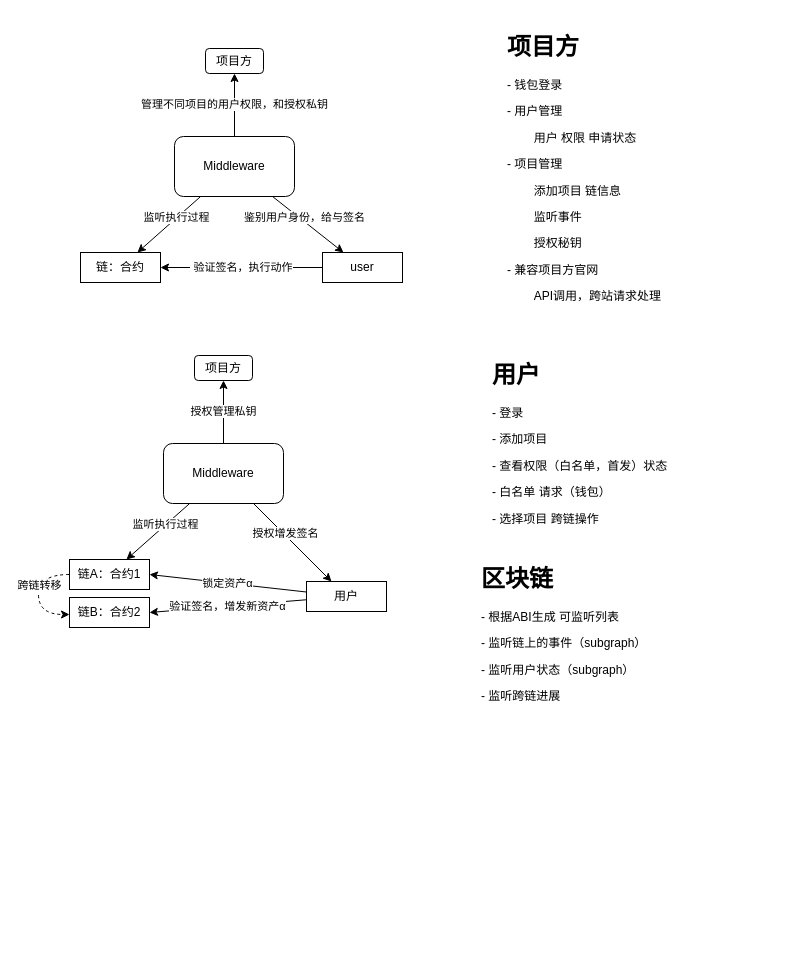
This is doc/design.drawio from liusanchuan/Middleware.web3, a draw.io file, before an edit. Source tidied: cells renumbered, new cells numbered last; positions are measured from the earlier drawing's top-left corner, leaving out a move shared by most shapes. Both pictures are drawn from the tidied source at 100%, with x=0, y=0 at pixel (38, 27).
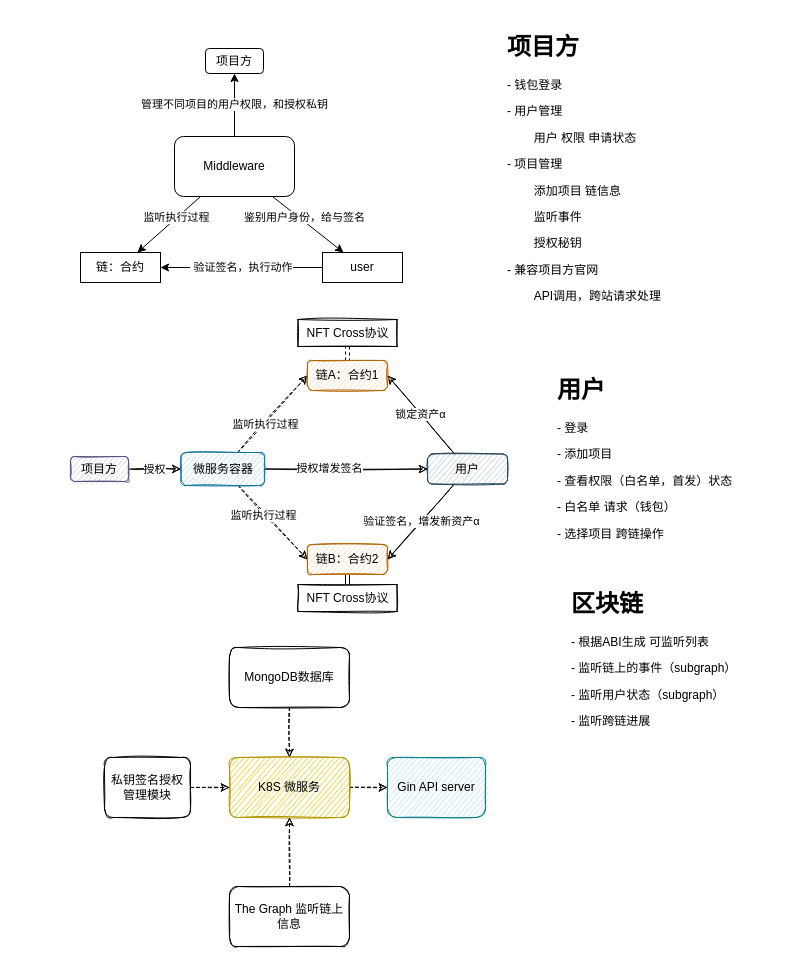
After the change.

What changed in the source:
```diff
@@
-    <mxCell id="12" value="锁定资产α" style="edgeStyle=none;rounded=0;jettySize=auto;html=1;entryX=1;entryY=0.5;entryDx=0;entryDy=0;" parent="1" edge="1" source="14" target="22">
+    <mxCell id="12" value="锁定资产α" style="edgeStyle=none;rounded=0;jettySize=auto;html=1;entryX=1;entryY=0.5;entryDx=0;entryDy=0;sketch=1;" parent="1" edge="1" source="14" target="22">
       <mxGeometry relative="1" as="geometry" />
     </mxCell>
-    <mxCell id="13" value="验证签名，增发新资产α" style="edgeStyle=none;rounded=0;jettySize=auto;html=1;entryX=1;entryY=0.5;entryDx=0;entryDy=0;" parent="1" edge="1" source="14" target="23">
+    <mxCell id="13" value="验证签名，增发新资产α" style="edgeStyle=none;rounded=0;jettySize=auto;html=1;entryX=1;entryY=0.5;entryDx=0;entryDy=0;sketch=1;" parent="1" edge="1" source="14" target="23">
       <mxGeometry relative="1" as="geometry" />
     </mxCell>
-    <mxCell id="14" value="用户" style="rounded=0;whiteSpace=wrap;html=1;" parent="1" vertex="1">
-      <mxGeometry x="268" y="554" width="80" height="30" as="geometry" />
+    <mxCell id="14" value="用户" style="rounded=1;whiteSpace=wrap;html=1;fillColor=#bac8d3;strokeColor=#23445d;sketch=1;" parent="1" vertex="1">
+      <mxGeometry x="389" y="426.5" width="80" height="30" as="geometry" />
     </mxCell>
-    <mxCell id="15" value="授权管理私钥" style="edgeStyle=none;rounded=0;jettySize=auto;html=1;" parent="1" edge="1" source="20" target="21">
+    <mxCell id="15" value="授权" style="edgeStyle=none;rounded=0;jettySize=auto;html=1;sketch=1;entryX=0;entryY=0.5;entryDx=0;entryDy=0;exitX=1;exitY=0.5;exitDx=0;exitDy=0;" parent="1" edge="1" source="21" target="20">
       <mxGeometry relative="1" as="geometry" />
     </mxCell>
-    <mxCell id="16" style="edgeStyle=none;rounded=0;jettySize=auto;html=1;" parent="1" edge="1" source="20" target="14">
+    <mxCell id="16" style="edgeStyle=none;rounded=0;jettySize=auto;html=1;sketch=1;" parent="1" edge="1" source="20" target="14">
       <mxGeometry relative="1" as="geometry" />
     </mxCell>
@@
-    <mxCell id="18" style="edgeStyle=none;rounded=0;jettySize=auto;html=1;" parent="1" edge="1" source="20" target="22">
+    <mxCell id="18" style="edgeStyle=none;rounded=0;jettySize=auto;html=1;entryX=0;entryY=0.5;entryDx=0;entryDy=0;dashed=1;sketch=1;" parent="1" edge="1" source="20" target="22">
       <mxGeometry relative="1" as="geometry" />
     </mxCell>
@@
+    <mxCell id="29" style="rounded=0;jettySize=auto;html=1;entryX=0;entryY=0.5;entryDx=0;entryDy=0;dashed=1;sketch=1;" parent="1" edge="1" source="20" target="23">
+      <mxGeometry relative="1" as="geometry" />
+    </mxCell>
+    <mxCell id="30" value="监听执行过程" style="edgeLabel;html=1;align=center;verticalAlign=middle;" parent="29" vertex="1">
+      <mxGeometry x="-0.23" y="-2" relative="1" as="geometry" />
+    </mxCell>
-    <mxCell id="20" value="Middleware" style="rounded=1;whiteSpace=wrap;html=1;" parent="1" vertex="1">
-      <mxGeometry x="125" y="416" width="120" height="60" as="geometry" />
+    <mxCell id="20" value="微服务容器" style="rounded=1;whiteSpace=wrap;html=1;fillColor=#b1ddf0;strokeColor=#10739e;sketch=1;" parent="1" vertex="1">
+      <mxGeometry x="142.5" y="425" width="83.5" height="33" as="geometry" />
     </mxCell>
-    <mxCell id="21" value="项目方" style="rounded=1;whiteSpace=wrap;html=1;" parent="1" vertex="1">
-      <mxGeometry x="156" y="328" width="58" height="25" as="geometry" />
+    <mxCell id="21" value="项目方" style="rounded=1;whiteSpace=wrap;html=1;fillColor=#d0cee2;strokeColor=#56517e;sketch=1;" parent="1" vertex="1">
+      <mxGeometry x="32" y="429" width="58" height="25" as="geometry" />
     </mxCell>
+    <mxCell id="31" style="edgeStyle=none;shape=link;rounded=0;jettySize=auto;html=1;dashed=1;" parent="1" edge="1" source="22" target="34">
+      <mxGeometry relative="1" as="geometry" />
+    </mxCell>
-    <mxCell id="22" value="链A：合约1" style="rounded=0;whiteSpace=wrap;html=1;" parent="1" vertex="1">
-      <mxGeometry x="31" y="532" width="80" height="30" as="geometry" />
+    <mxCell id="22" value="链A：合约1" style="rounded=1;whiteSpace=wrap;html=1;fillColor=#fad7ac;strokeColor=#b46504;sketch=1;" parent="1" vertex="1">
+      <mxGeometry x="269" y="333" width="80" height="30" as="geometry" />
     </mxCell>
+    <mxCell id="32" style="edgeStyle=none;rounded=0;jettySize=auto;html=1;shape=link;" parent="1" edge="1" source="23" target="33">
+      <mxGeometry relative="1" as="geometry" />
+    </mxCell>
-    <mxCell id="23" value="链B：合约2" style="rounded=0;whiteSpace=wrap;html=1;" parent="1" vertex="1">
-      <mxGeometry x="31" y="570" width="80" height="30" as="geometry" />
+    <mxCell id="23" value="链B：合约2" style="rounded=1;whiteSpace=wrap;html=1;fillColor=#fad7ac;strokeColor=#b46504;sketch=1;" parent="1" vertex="1">
+      <mxGeometry x="269" y="517" width="80" height="30" as="geometry" />
     </mxCell>
-    <mxCell id="24" style="curved=1;endArrow=classic;html=1;exitX=0;exitY=0.5;exitDx=0;exitDy=0;dashed=1;" parent="1" edge="1" source="22">
-      <mxGeometry relative="1" as="geometry">
-        <mxPoint x="31" y="587" as="targetPoint" />
-        <Array as="points">
-          <mxPoint y="547" />
-          <mxPoint y="587" />
-        </Array>
-      </mxGeometry>
-    </mxCell>
-    <mxCell id="25" value="跨链转移" style="edgeLabel;html=1;align=center;verticalAlign=middle;" parent="24" vertex="1">
-      <mxGeometry x="-0.19" relative="1" as="geometry" />
-    </mxCell>
@@
     <mxCell id="27" value="&lt;h1&gt;用户&lt;/h1&gt;&lt;p&gt;- 登录&lt;/p&gt;&lt;p&gt;- 添加项目&lt;/p&gt;&lt;p&gt;- 查看权限（白名单，首发）状态&lt;br&gt;&lt;/p&gt;&lt;p&gt;- 白名单 请求（钱包）&lt;/p&gt;&lt;p&gt;- 选择项目 跨链操作&lt;/p&gt;" style="text;html=1;strokeColor=none;fillColor=none;spacing=5;spacingTop=-20;whiteSpace=wrap;overflow=hidden;rounded=0;" parent="1" vertex="1">
-      <mxGeometry x="449" y="328" width="204" height="170" as="geometry" />
+      <mxGeometry x="514" y="343" width="204" height="170" as="geometry" />
     </mxCell>
     <mxCell id="28" value="&lt;h1&gt;区块链&lt;/h1&gt;&lt;p&gt;- 根据ABI生成 可监听列表&amp;nbsp;&lt;/p&gt;&lt;p&gt;- 监听链上的事件（subgraph）&lt;/p&gt;&lt;p&gt;- 监听用户状态（subgraph）&lt;/p&gt;&lt;p&gt;- 监听跨链进展&lt;/p&gt;" style="text;html=1;strokeColor=none;fillColor=none;spacing=5;spacingTop=-20;whiteSpace=wrap;overflow=hidden;rounded=0;" parent="1" vertex="1">
-      <mxGeometry x="438" y="532" width="204" height="170" as="geometry" />
+      <mxGeometry x="528" y="557" width="204" height="170" as="geometry" />
     </mxCell>
+    <mxCell id="33" value="NFT Cross协议" style="whiteSpace=wrap;html=1;rounded=0;sketch=1;" parent="1" vertex="1">
+      <mxGeometry x="259.5" y="557" width="99" height="27" as="geometry" />
+    </mxCell>
+    <mxCell id="34" value="NFT Cross协议" style="whiteSpace=wrap;html=1;rounded=0;sketch=1;" parent="1" vertex="1">
+      <mxGeometry x="259.5" y="292" width="99" height="27" as="geometry" />
+    </mxCell>
+    <mxCell id="35" style="edgeStyle=none;rounded=0;sketch=1;jettySize=auto;html=1;dashed=1;" parent="1" edge="1" source="36" target="39">
+      <mxGeometry relative="1" as="geometry" />
+    </mxCell>
+    <mxCell id="36" value="MongoDB数据库" style="rounded=1;whiteSpace=wrap;html=1;glass=1;sketch=1;fillColor=none;" parent="1" vertex="1">
+      <mxGeometry x="191" y="620" width="120" height="60" as="geometry" />
+    </mxCell>
+    <mxCell id="37" style="edgeStyle=none;rounded=0;sketch=1;jettySize=auto;html=1;dashed=1;" parent="1" edge="1" source="39" target="40">
+      <mxGeometry relative="1" as="geometry" />
+    </mxCell>
+    <mxCell id="38" style="edgeStyle=none;rounded=0;sketch=1;jettySize=auto;html=1;dashed=1;" parent="1" edge="1" source="41" target="39">
+      <mxGeometry relative="1" as="geometry" />
+    </mxCell>
+    <mxCell id="39" value="K8S 微服务" style="rounded=1;whiteSpace=wrap;html=1;glass=0;sketch=1;fillColor=#e3c800;strokeColor=#B09500;fontColor=#000000;" parent="1" vertex="1">
+      <mxGeometry x="191" y="730" width="120" height="60" as="geometry" />
+    </mxCell>
+    <mxCell id="40" value="&lt;span&gt;Gin API server&lt;/span&gt;" style="rounded=1;whiteSpace=wrap;html=1;fillColor=#b0e3e6;glass=0;sketch=1;strokeColor=#0e8088;" parent="1" vertex="1">
+      <mxGeometry x="349" y="730" width="98" height="60" as="geometry" />
+    </mxCell>
+    <mxCell id="41" value="The Graph 监听链上信息" style="rounded=1;whiteSpace=wrap;html=1;glass=1;sketch=1;fillColor=none;" parent="1" vertex="1">
+      <mxGeometry x="191" y="859" width="120" height="60" as="geometry" />
+    </mxCell>
+    <mxCell id="42" style="edgeStyle=none;rounded=0;sketch=1;jettySize=auto;html=1;dashed=1;" parent="1" edge="1" source="43" target="39">
+      <mxGeometry relative="1" as="geometry" />
+    </mxCell>
+    <mxCell id="43" value="私钥签名授权&lt;br&gt;管理模块" style="rounded=1;whiteSpace=wrap;html=1;glass=1;sketch=1;fillColor=none;" parent="1" vertex="1">
+      <mxGeometry x="66" y="730" width="86" height="60" as="geometry" />
+    </mxCell>
```
